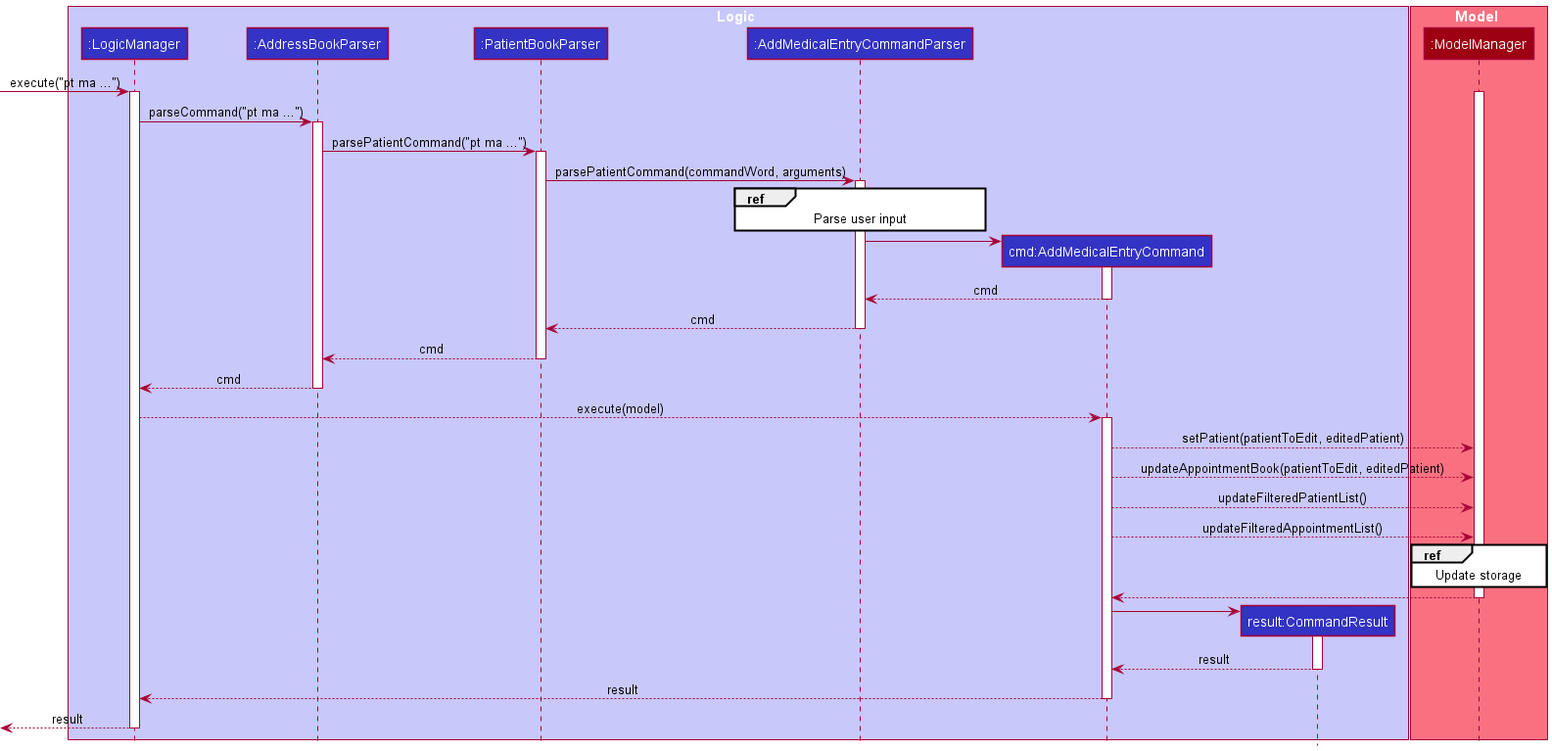
AY2122S1-CS2103-W14-1/tp keeps this PlantUML diagram as docs/diagrams/AddMedicalEntryFeatureSequenceDiagram.png. Above is the earlier version.
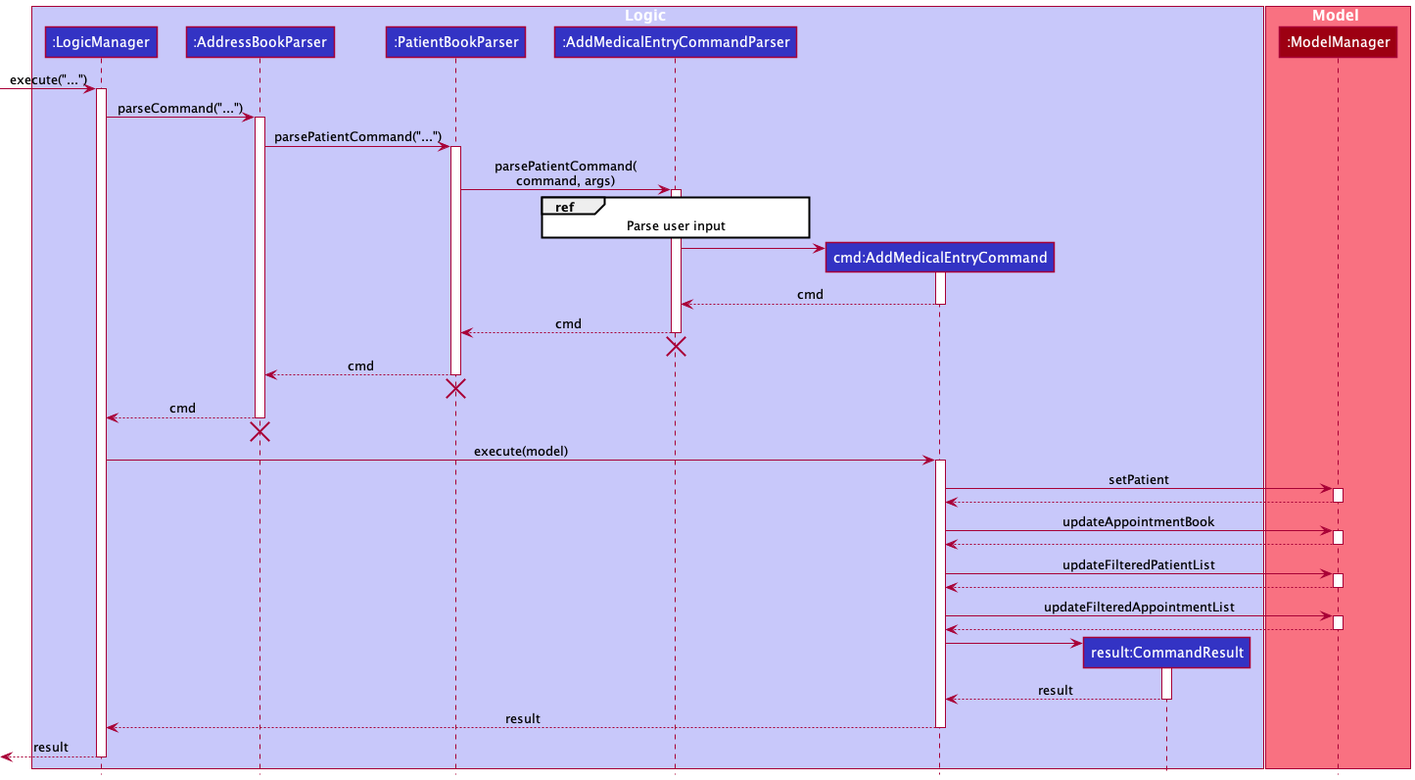
After the commit.

Commit message:
Update sequence diagrams

Change to the diagram source:
```diff
@@ -15,18 +15,18 @@
 participant ":ModelManager" as ModelManager MODEL_COLOR
 end box
 
-[-> LogicManager : execute("pt ma ...")
+[-> LogicManager : execute("...")
 activate LogicManager
-activate ModelManager
 
-LogicManager -> AddressBookParser : parseCommand("pt ma ...")
+
+LogicManager -> AddressBookParser : parseCommand("...")
 activate AddressBookParser
 
 
-AddressBookParser -> PatientBookParser : parsePatientCommand("pt ma ...")
+AddressBookParser -> PatientBookParser : parsePatientCommand("...")
 activate PatientBookParser
 
-PatientBookParser -> AddMedicalEntryCommandParser : parsePatientCommand(commandWord, arguments)
+PatientBookParser -> AddMedicalEntryCommandParser : parsePatientCommand(\ncommand, args)
 activate AddMedicalEntryCommandParser
 ref over AddMedicalEntryCommandParser: Parse user input
 
@@ -38,22 +38,38 @@
 deactivate AddMedicalEntryCommand
 AddMedicalEntryCommandParser --> PatientBookParser : cmd
 deactivate AddMedicalEntryCommandParser
+AddMedicalEntryCommandParser -[hidden]-> AddressBookParser
+destroy AddMedicalEntryCommandParser
+
 PatientBookParser --> AddressBookParser : cmd
 deactivate PatientBookParser
+PatientBookParser -[hidden]-> AddressBookParser
+destroy PatientBookParser
+
 AddressBookParser --> LogicManager : cmd
 deactivate AddressBookParser
-LogicManager --> AddMedicalEntryCommand : execute(model)
+AddressBookParser -[hidden]-> LogicManager
+destroy AddressBookParser
+
+LogicManager -> AddMedicalEntryCommand : execute(model)
 activate AddMedicalEntryCommand
 
-
-AddMedicalEntryCommand --> ModelManager : setPatient(patientToEdit, editedPatient)
-AddMedicalEntryCommand --> ModelManager : updateAppointmentBook(patientToEdit, editedPatient)
-AddMedicalEntryCommand --> ModelManager : updateFilteredPatientList()
-AddMedicalEntryCommand --> ModelManager : updateFilteredAppointmentList()
-ref over ModelManager: Update storage
+AddMedicalEntryCommand -> ModelManager : setPatient
+activate ModelManager
 ModelManager --> AddMedicalEntryCommand
 deactivate ModelManager
-
+AddMedicalEntryCommand -> ModelManager : updateAppointmentBook
+activate ModelManager
+ModelManager --> AddMedicalEntryCommand
+deactivate ModelManager
+AddMedicalEntryCommand -> ModelManager : updateFilteredPatientList
+activate ModelManager
+ModelManager --> AddMedicalEntryCommand
+deactivate ModelManager
+AddMedicalEntryCommand -> ModelManager : updateFilteredAppointmentList
+activate ModelManager
+ModelManager --> AddMedicalEntryCommand
+deactivate ModelManager
 
 create CommandResult
 AddMedicalEntryCommand -> CommandResult
```
